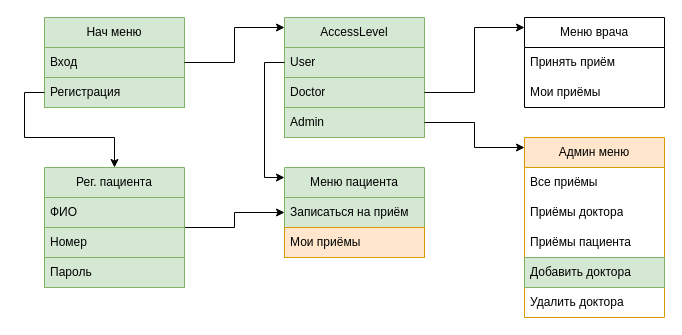
This is doc/interface.drawio from Zzior/clinic-app, a draw.io file, before an edit. Source tidied: cells renumbered, new cells numbered last; positions are measured from the earlier drawing's top-left corner, leaving out a move shared by most shapes. Both pictures are drawn from the tidied source at 100%, with x=0, y=0 at pixel (44, 17).
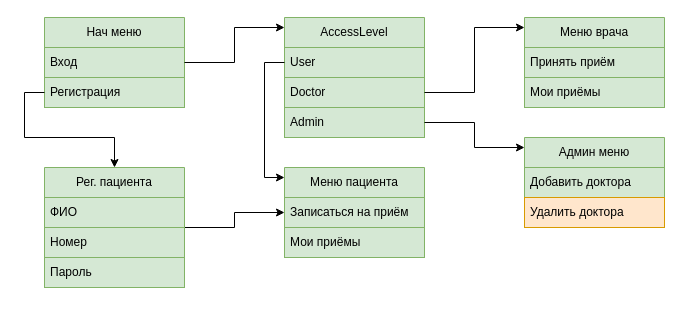
The same diagram, later.

Commit message:
clinic-app v0.9.1

Unchanged cells that the change refers to:
```xml
<mxCell id="14" value="Меню пациента" style="swimlane;fontStyle=0;horizontal=1;startSize=30;whiteSpace=wrap;html=1;fillColor=#d5e8d4;strokeColor=#82b366;" parent="1" vertex="1">
  <mxGeometry x="240" y="150" width="140" height="90" as="geometry" />
</mxCell>
```

Change to the diagram source:
```diff
@@
-    <mxCell id="5" value="Админ меню" style="swimlane;fontStyle=0;horizontal=1;startSize=30;whiteSpace=wrap;html=1;fillColor=#ffe6cc;strokeColor=#d79b00;" parent="1" vertex="1">
-      <mxGeometry x="480" y="120" width="140" height="180" as="geometry" />
+    <mxCell id="5" value="Админ меню" style="swimlane;fontStyle=0;horizontal=1;startSize=30;whiteSpace=wrap;html=1;fillColor=#d5e8d4;strokeColor=#82b366;" parent="1" vertex="1">
+      <mxGeometry x="480" y="120" width="140" height="90" as="geometry" />
     </mxCell>
-    <mxCell id="6" value="Все приёмы" style="text;strokeColor=none;fillColor=none;align=left;verticalAlign=middle;spacingLeft=4;spacingRight=4;overflow=hidden;whiteSpace=wrap;html=1;" parent="5" vertex="1">
-      <mxGeometry y="30" width="140" height="30" as="geometry" />
-    </mxCell>
-    <mxCell id="7" value="Приёмы доктора" style="text;strokeColor=none;fillColor=none;align=left;verticalAlign=middle;spacingLeft=4;spacingRight=4;overflow=hidden;whiteSpace=wrap;html=1;" parent="5" vertex="1">
-      <mxGeometry y="60" width="140" height="30" as="geometry" />
-    </mxCell>
-    <mxCell id="8" value="Приёмы пациента" style="text;strokeColor=none;fillColor=none;align=left;verticalAlign=middle;spacingLeft=4;spacingRight=4;overflow=hidden;whiteSpace=wrap;html=1;" parent="5" vertex="1">
-      <mxGeometry y="90" width="140" height="30" as="geometry" />
-    </mxCell>
     <mxCell id="9" value="Добавить доктора" style="text;strokeColor=#82b366;fillColor=#d5e8d4;align=left;verticalAlign=middle;spacingLeft=4;spacingRight=4;overflow=hidden;whiteSpace=wrap;html=1;" parent="5" vertex="1">
-      <mxGeometry y="120" width="140" height="30" as="geometry" />
+      <mxGeometry y="30" width="140" height="30" as="geometry" />
     </mxCell>
-    <mxCell id="10" value="Удалить доктора" style="text;strokeColor=none;fillColor=none;align=left;verticalAlign=middle;spacingLeft=4;spacingRight=4;overflow=hidden;whiteSpace=wrap;html=1;" parent="5" vertex="1">
-      <mxGeometry y="150" width="140" height="30" as="geometry" />
+    <mxCell id="10" value="Удалить доктора" style="text;strokeColor=#d79b00;fillColor=#ffe6cc;align=left;verticalAlign=middle;spacingLeft=4;spacingRight=4;overflow=hidden;whiteSpace=wrap;html=1;" parent="5" vertex="1">
+      <mxGeometry y="60" width="140" height="30" as="geometry" />
     </mxCell>
-    <mxCell id="11" value="Меню врача" style="swimlane;fontStyle=0;horizontal=1;startSize=30;whiteSpace=wrap;html=1;" parent="1" vertex="1">
+    <mxCell id="11" value="Меню врача" style="swimlane;fontStyle=0;horizontal=1;startSize=30;whiteSpace=wrap;html=1;fillColor=#d5e8d4;strokeColor=#82b366;" parent="1" vertex="1">
       <mxGeometry x="480" width="140" height="90" as="geometry" />
     </mxCell>
-    <mxCell id="12" value="Принять приём" style="text;strokeColor=none;fillColor=none;align=left;verticalAlign=middle;spacingLeft=4;spacingRight=4;overflow=hidden;whiteSpace=wrap;html=1;" parent="11" vertex="1">
+    <mxCell id="12" value="Принять приём" style="text;strokeColor=#82b366;fillColor=#d5e8d4;align=left;verticalAlign=middle;spacingLeft=4;spacingRight=4;overflow=hidden;whiteSpace=wrap;html=1;" parent="11" vertex="1">
       <mxGeometry y="30" width="140" height="30" as="geometry" />
     </mxCell>
-    <mxCell id="13" value="Мои приёмы" style="text;strokeColor=none;fillColor=none;align=left;verticalAlign=middle;spacingLeft=4;spacingRight=4;overflow=hidden;whiteSpace=wrap;html=1;" parent="11" vertex="1">
+    <mxCell id="13" value="Мои приёмы" style="text;strokeColor=#82b366;fillColor=#d5e8d4;align=left;verticalAlign=middle;spacingLeft=4;spacingRight=4;overflow=hidden;whiteSpace=wrap;html=1;" parent="11" vertex="1">
       <mxGeometry y="60" width="140" height="30" as="geometry" />
     </mxCell>
@@
-    <mxCell id="16" value="Мои приёмы" style="text;align=left;verticalAlign=middle;spacingLeft=4;spacingRight=4;overflow=hidden;whiteSpace=wrap;html=1;fillColor=#ffe6cc;strokeColor=#d79b00;" parent="14" vertex="1">
+    <mxCell id="16" value="Мои приёмы" style="text;align=left;verticalAlign=middle;spacingLeft=4;spacingRight=4;overflow=hidden;whiteSpace=wrap;html=1;fillColor=#d5e8d4;strokeColor=#82b366;" parent="14" vertex="1">
       <mxGeometry y="60" width="140" height="30" as="geometry" />
     </mxCell>
```
